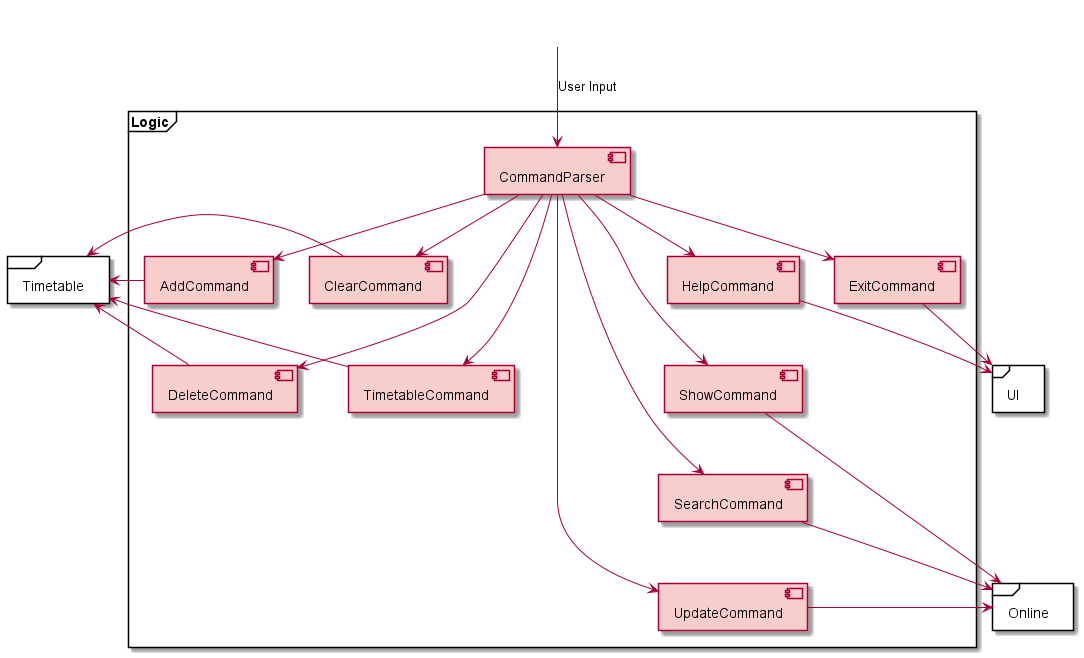
Above: docs/uml-diagrams/LogicComponent.png in nus-cs2113-AY2122S1/tp (PlantUML), before the change. The source it was exported from:
```plantuml
@startuml
!include Style.puml

skinparam rectangle {
        BackgroundColor<<PLACEHOLDER>> transparent
        BorderThickness<<PLACEHOLDER>> .1
        BorderColor<<PLACEHOLDER>> transparent
              FontColor<<PLACEHOLDER>> transparent
               FontSize<<PLACEHOLDER>> 0
    StereotypeFontColor<<PLACEHOLDER>> transparent
     StereotypeFontSize<<PLACEHOLDER>> 0
Shadowing<<PLACEHOLDER>> false
}

rectangle a <<PLACEHOLDER>> {
}


frame Logic {

Component [CommandParser] LOGIC_COLOR
Component [AddCommand] LOGIC_COLOR
Component [DeleteCommand] LOGIC_COLOR
Component [ClearCommand] LOGIC_COLOR
Component [TimetableCommand] LOGIC_COLOR
Component [HelpCommand] LOGIC_COLOR
Component [ExitCommand] LOGIC_COLOR
Component [ShowCommand] LOGIC_COLOR
Component [SearchCommand] LOGIC_COLOR
Component [UpdateCommand] LOGIC_COLOR


a-->[CommandParser] : User Input
[CommandParser] --> [AddCommand]
[CommandParser] ---> [DeleteCommand]
[CommandParser] --> [ClearCommand]
[CommandParser] ---> [TimetableCommand]
[CommandParser] --> [HelpCommand]
[CommandParser] --> [ExitCommand]
[CommandParser] --> [ShowCommand]
[CommandParser] --> [SearchCommand]
[CommandParser] ---> [UpdateCommand]

[ShowCommand] -[hidden]down- [SearchCommand]
[SearchCommand] -[hidden]down- [UpdateCommand]

[HelpCommand] -[hidden]down- [ShowCommand]

}



frame Timetable {
}

frame UI {
}

frame Online {
}

Timetable <- [AddCommand]
Timetable <- [ClearCommand]
Timetable <-- [DeleteCommand]
Timetable <-- [TimetableCommand]

[HelpCommand] --> UI
[ExitCommand] --> UI

[ShowCommand] -> Online
[SearchCommand] -> Online
[UpdateCommand] -> Online

@enduml
```
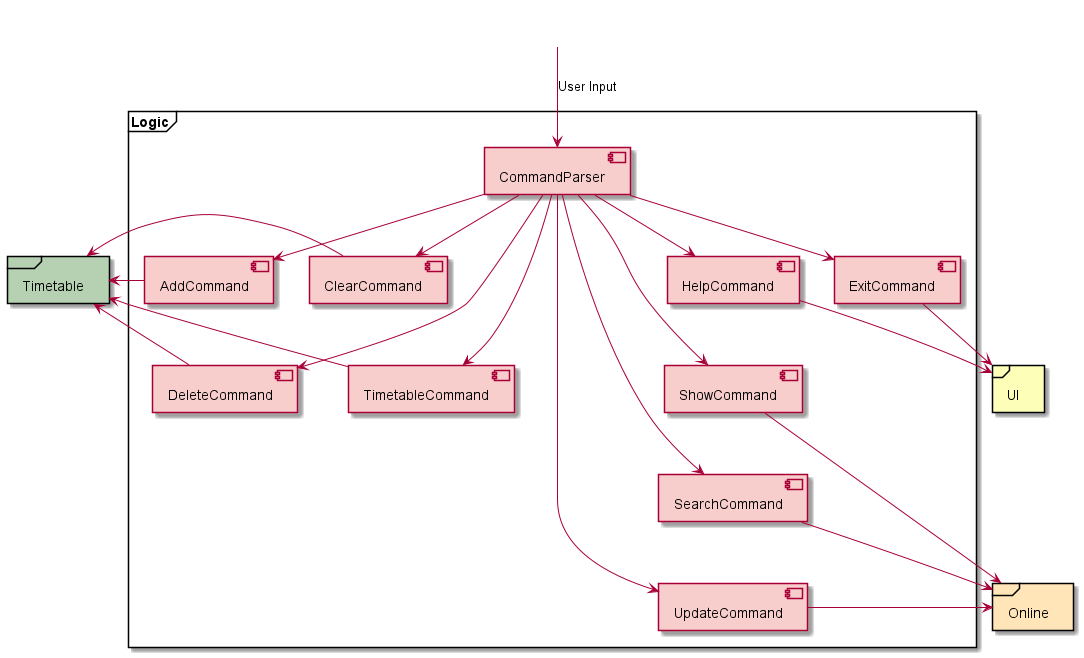
Later version of the same file.

Diff of the diagram source:
```diff
@@ -50,13 +50,13 @@
 
 
 
-frame Timetable {
+frame [Timetable] TIMETABLE_COLOR {
 }
 
-frame UI {
+frame [Online] ONLINE_COLOR {
 }
 
-frame Online {
+frame [UI] UI_COLOR {
 }
 
 Timetable <- [AddCommand]
```
